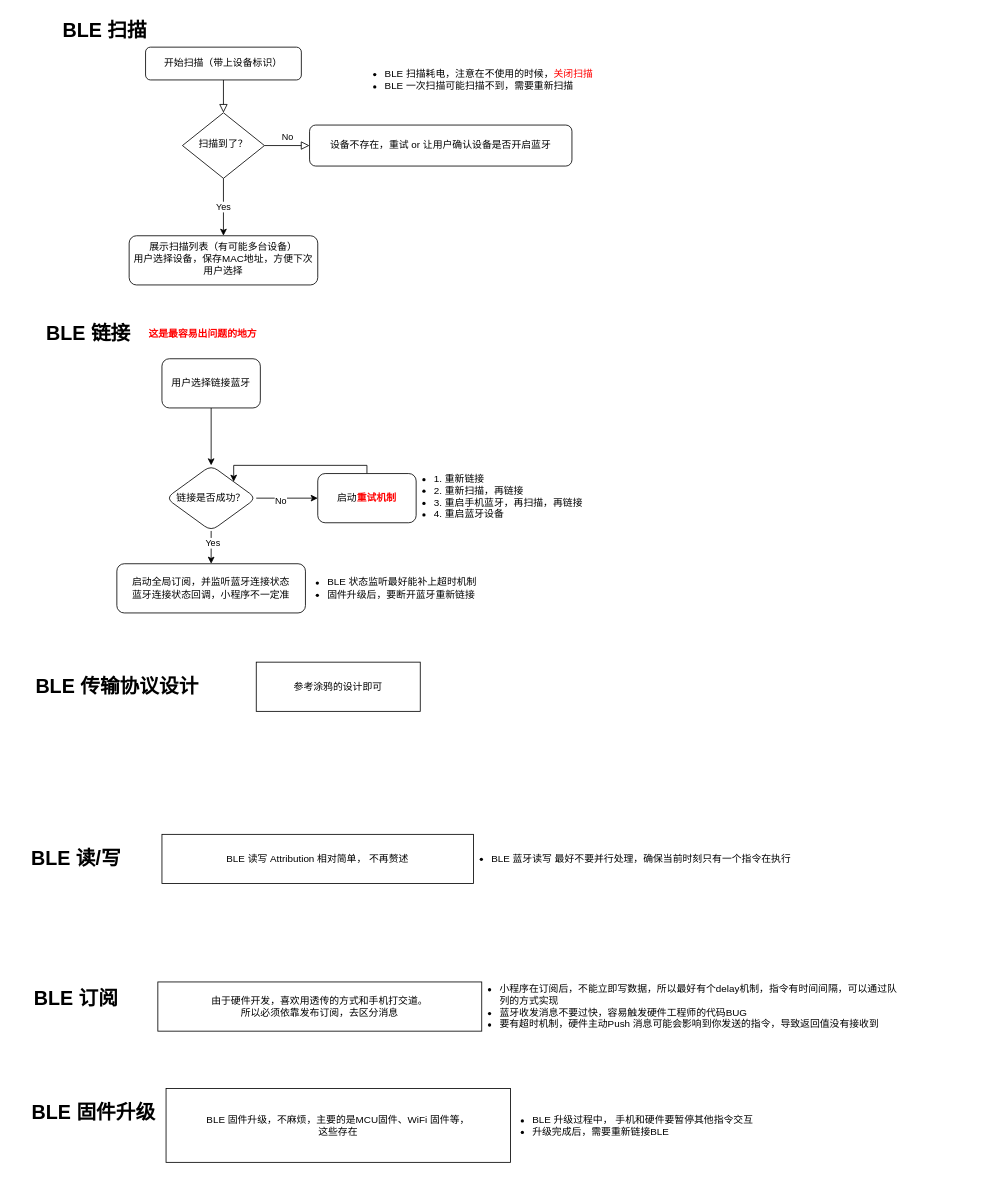
Before: ble.drawio in timzaak/blog, a draw.io diagram. Source tidied: cells renumbered, new cells numbered last; positions are measured from the earlier drawing's top-left corner, leaving out a move shared by most shapes. Both pictures are drawn from the tidied source at 82%, with x=0, y=0 at pixel (14, 14).
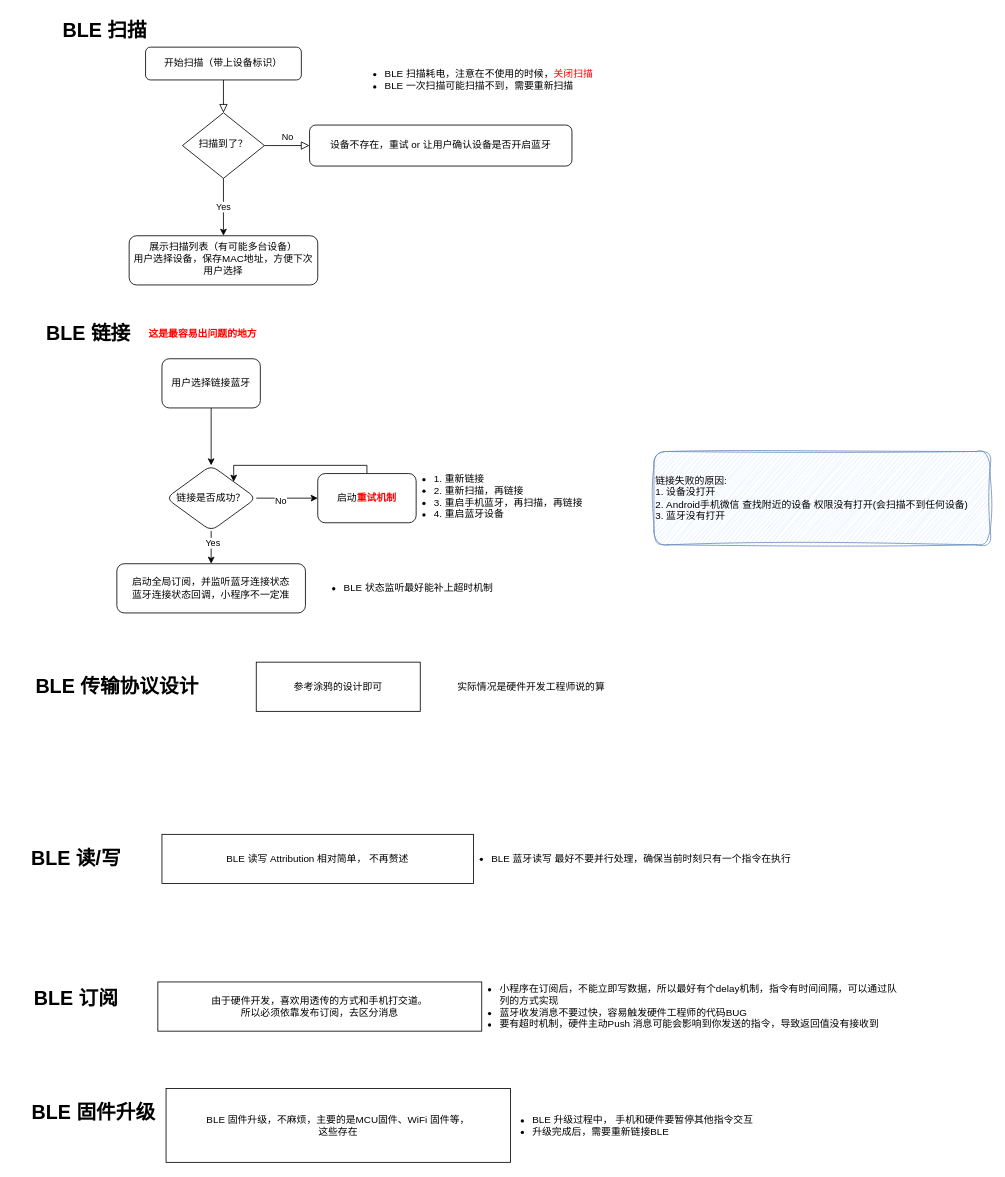
The same diagram, later.

Change to the diagram source:
```diff
@@
-    <mxCell id="28" value="&lt;ul&gt;&lt;li&gt;BLE 状态监听最好能补上超时机制&lt;/li&gt;&lt;li&gt;固件升级后，要断开蓝牙重新链接&lt;/li&gt;&lt;/ul&gt;" style="text;strokeColor=none;fillColor=none;html=1;whiteSpace=wrap;verticalAlign=middle;overflow=hidden;" parent="1" vertex="1">
-      <mxGeometry x="340" y="670" width="250" height="60" as="geometry" />
+    <mxCell id="28" value="&lt;ul&gt;&lt;li&gt;BLE 状态监听最好能补上超时机制&lt;br&gt;&lt;/li&gt;&lt;/ul&gt;" style="text;strokeColor=none;fillColor=none;html=1;whiteSpace=wrap;verticalAlign=middle;overflow=hidden;" parent="1" vertex="1">
+      <mxGeometry x="360" y="670" width="250" height="60" as="geometry" />
     </mxCell>
@@
+    <mxCell id="37" value="链接失败的原因:&lt;br&gt;1. 设备没打开&lt;br&gt;2. Android手机微信 查找附近的设备 权限没有打开(会扫描不到任何设备)&lt;br&gt;3. 蓝牙没有打开" style="rounded=1;whiteSpace=wrap;html=1;align=left;fillStyle=auto;strokeColor=#6c8ebf;sketch=1;curveFitting=1;jiggle=2;fillColor=#dae8fc;" parent="1" vertex="1">
+      <mxGeometry x="780" y="533.1" width="410" height="113.8" as="geometry" />
+    </mxCell>
+    <mxCell id="38" value="实际情况是硬件开发工程师说的算" style="text;html=1;align=center;verticalAlign=middle;strokeColor=none;fillColor=none;" parent="1" vertex="1">
+      <mxGeometry x="530" y="805" width="200" height="30" as="geometry" />
+    </mxCell>
```
